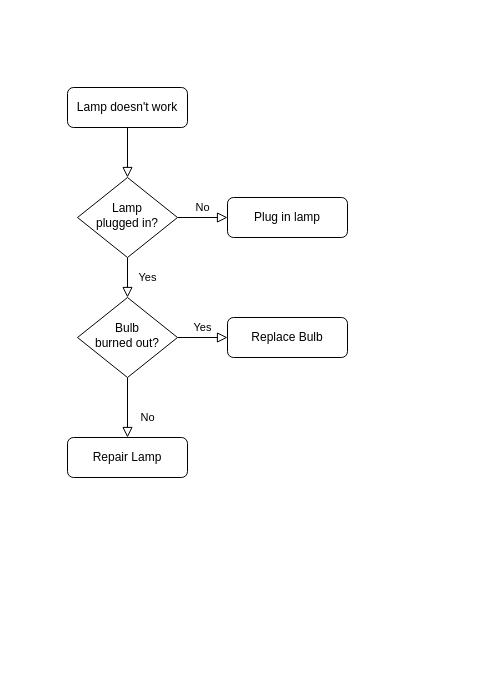
The draw.io diagram fixedwing_position_control.drawio in kingdom-l/flow_chart_for_px4, before the edit. Source tidied: cells renumbered, new cells numbered last; positions are measured from the earlier drawing's top-left corner, leaving out a move shared by most shapes. Both pictures are drawn from the tidied source at 100%, with x=0, y=0 at pixel (67, 87).
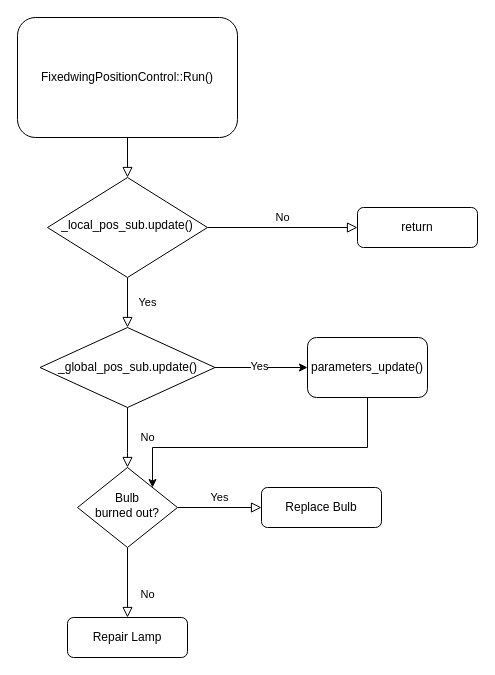
After the change.

What changed in the source:
```diff
@@
-    <mxCell id="3" value="Lamp doesn't work" style="rounded=1;whiteSpace=wrap;html=1;fontSize=12;glass=0;strokeWidth=1;shadow=0;" parent="1" vertex="1">
-      <mxGeometry width="120" height="40" as="geometry" />
+    <mxCell id="3" value="FixedwingPositionControl::Run()" style="rounded=1;whiteSpace=wrap;html=1;fontSize=12;glass=0;strokeWidth=1;shadow=0;direction=south;" parent="1" vertex="1">
+      <mxGeometry x="-50" y="-70" width="220" height="120" as="geometry" />
     </mxCell>
-    <mxCell id="4" value="Yes" style="rounded=0;html=1;jettySize=auto;fontSize=11;endArrow=block;endFill=0;endSize=8;strokeWidth=1;shadow=0;labelBackgroundColor=none;edgeStyle=orthogonalEdgeStyle;" parent="1" edge="1" source="6" target="10">
+    <mxCell id="4" value="Yes" style="rounded=0;html=1;jettySize=auto;fontSize=11;endArrow=block;endFill=0;endSize=8;strokeWidth=1;shadow=0;labelBackgroundColor=none;edgeStyle=orthogonalEdgeStyle;entryX=0.5;entryY=0;entryDx=0;entryDy=0;" parent="1" edge="1" source="6" target="15">
       <mxGeometry y="20" relative="1" as="geometry" />
     </mxCell>
@@
-    <mxCell id="6" value="Lamp&lt;br&gt;plugged in?" style="rhombus;whiteSpace=wrap;html=1;shadow=0;fontFamily=Helvetica;fontSize=12;align=center;strokeWidth=1;spacing=6;spacingTop=-4;" parent="1" vertex="1">
-      <mxGeometry x="10" y="90" width="100" height="80" as="geometry" />
+    <mxCell id="6" value="_local_pos_sub.update()" style="rhombus;whiteSpace=wrap;html=1;shadow=0;fontFamily=Helvetica;fontSize=12;align=center;strokeWidth=1;spacing=6;spacingTop=-4;" parent="1" vertex="1">
+      <mxGeometry x="-20" y="90" width="160" height="100" as="geometry" />
     </mxCell>
-    <mxCell id="7" value="Plug in lamp" style="rounded=1;whiteSpace=wrap;html=1;fontSize=12;glass=0;strokeWidth=1;shadow=0;" parent="1" vertex="1">
-      <mxGeometry x="160" y="110" width="120" height="40" as="geometry" />
+    <mxCell id="7" value="return" style="rounded=1;whiteSpace=wrap;html=1;fontSize=12;glass=0;strokeWidth=1;shadow=0;" parent="1" vertex="1">
+      <mxGeometry x="290" y="120" width="120" height="40" as="geometry" />
     </mxCell>
@@
     <mxCell id="10" value="Bulb&lt;br&gt;burned out?" style="rhombus;whiteSpace=wrap;html=1;shadow=0;fontFamily=Helvetica;fontSize=12;align=center;strokeWidth=1;spacing=6;spacingTop=-4;" parent="1" vertex="1">
-      <mxGeometry x="10" y="210" width="100" height="80" as="geometry" />
+      <mxGeometry x="10" y="380" width="100" height="80" as="geometry" />
     </mxCell>
     <mxCell id="11" value="Repair Lamp" style="rounded=1;whiteSpace=wrap;html=1;fontSize=12;glass=0;strokeWidth=1;shadow=0;" parent="1" vertex="1">
-      <mxGeometry y="350" width="120" height="40" as="geometry" />
+      <mxGeometry y="530" width="120" height="40" as="geometry" />
     </mxCell>
     <mxCell id="12" value="Replace Bulb" style="rounded=1;whiteSpace=wrap;html=1;fontSize=12;glass=0;strokeWidth=1;shadow=0;" parent="1" vertex="1">
-      <mxGeometry x="160" y="230" width="120" height="40" as="geometry" />
+      <mxGeometry x="194" y="400" width="120" height="40" as="geometry" />
     </mxCell>
+    <mxCell id="13" style="edgeStyle=orthogonalEdgeStyle;rounded=0;jettySize=auto;html=1;exitX=1;exitY=0.5;exitDx=0;exitDy=0;entryX=0;entryY=0.5;entryDx=0;entryDy=0;" parent="1" edge="1" source="15" target="18">
+      <mxGeometry relative="1" as="geometry" />
+    </mxCell>
+    <mxCell id="14" value="Yes" style="edgeLabel;html=1;align=center;verticalAlign=middle;" parent="13" vertex="1">
+      <mxGeometry x="-0.05" y="2" relative="1" as="geometry" />
+    </mxCell>
+    <mxCell id="15" value="_global_pos_sub.update()" style="rhombus;whiteSpace=wrap;html=1;" parent="1" vertex="1">
+      <mxGeometry x="-27.5" y="240" width="175" height="80" as="geometry" />
+    </mxCell>
+    <mxCell id="16" value="No" style="rounded=0;html=1;jettySize=auto;fontSize=11;endArrow=block;endFill=0;endSize=8;strokeWidth=1;shadow=0;labelBackgroundColor=none;edgeStyle=orthogonalEdgeStyle;exitX=0.5;exitY=1;exitDx=0;exitDy=0;entryX=0.5;entryY=0;entryDx=0;entryDy=0;" parent="1" edge="1" source="15" target="10">
+      <mxGeometry y="20" relative="1" as="geometry">
+        <Array as="points">
+          <mxPoint x="60" y="365" />
+          <mxPoint x="60" y="365" />
+        </Array>
+      </mxGeometry>
+    </mxCell>
+    <mxCell id="17" style="edgeStyle=orthogonalEdgeStyle;rounded=0;jettySize=auto;html=1;entryX=1;entryY=0;entryDx=0;entryDy=0;" parent="1" edge="1" source="18" target="10">
+      <mxGeometry relative="1" as="geometry">
+        <Array as="points">
+          <mxPoint x="300" y="360" />
+          <mxPoint x="85" y="360" />
+        </Array>
+      </mxGeometry>
+    </mxCell>
+    <mxCell id="18" value="parameters_update()" style="rounded=1;whiteSpace=wrap;html=1;" parent="1" vertex="1">
+      <mxGeometry x="240" y="250" width="120" height="60" as="geometry" />
+    </mxCell>
```
